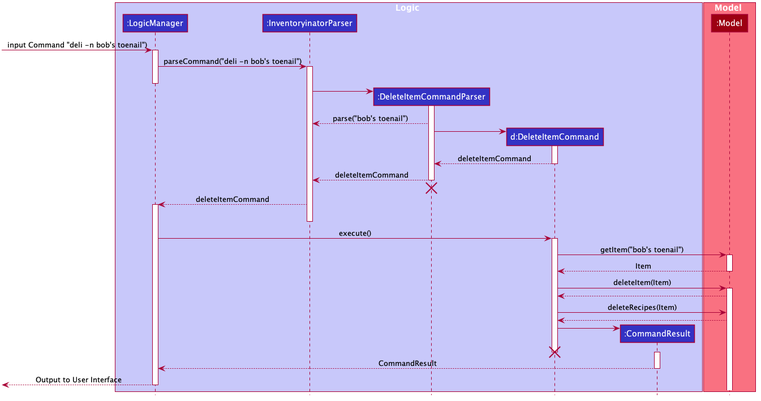
nus-cs2103-AY2021S1/tp keeps this PlantUML diagram as docs/images/commandseqdiagrams/DeleteItemSequenceDiagram.png. Above is the earlier version.
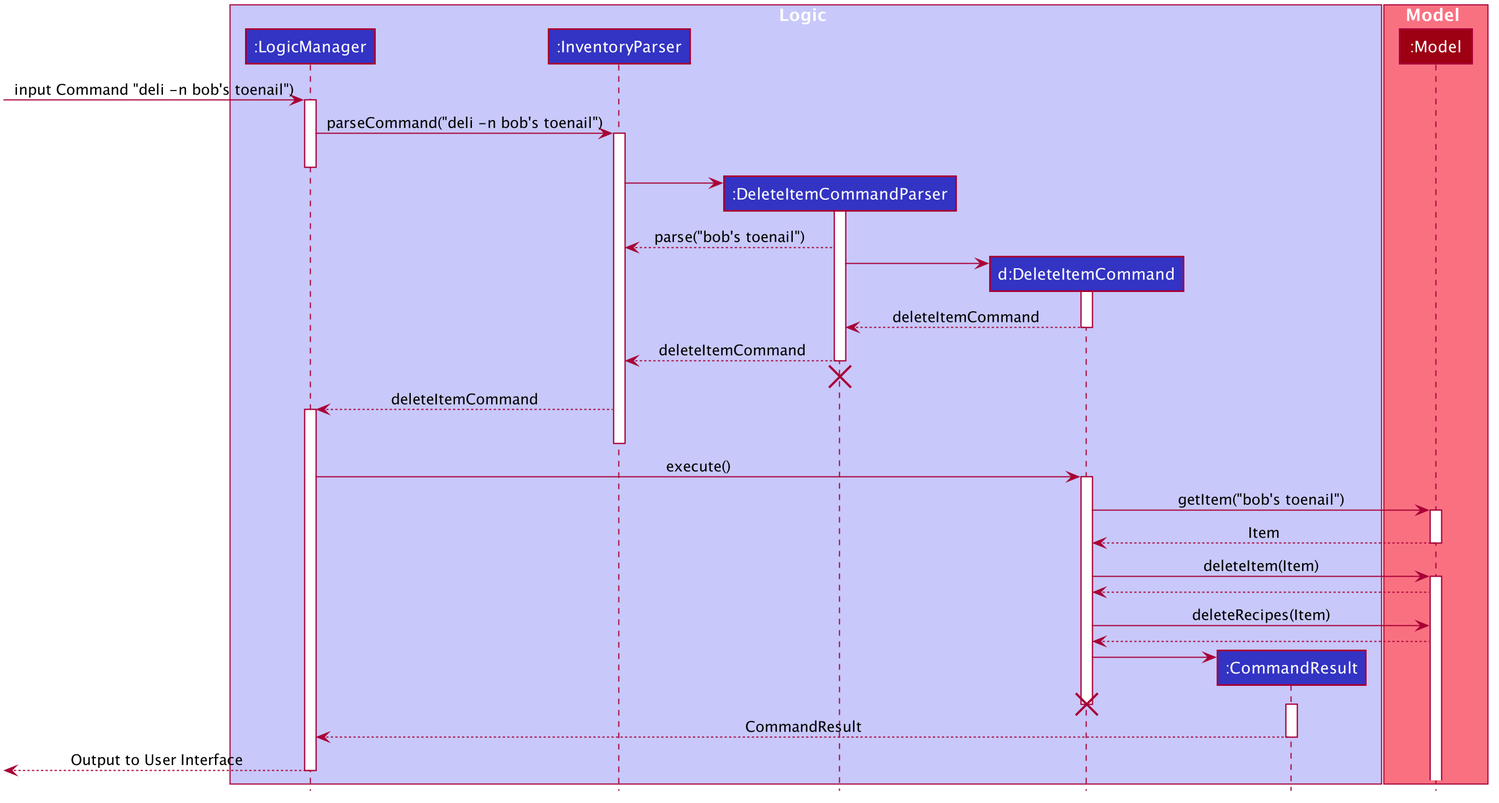
After the change.

Commit message:
amend issues in sequence diagram

The edit, as a diff of the source:
```diff
@@ -50,7 +50,7 @@
 
 box Logic #C8C8FA
 participant ":LogicManager" as LogicManager #3333C4
-participant ":InventoryinatorParser" as InventoryinatorParser #3333C4
+participant ":InventoryParser" as InventoryParser #3333C4
 participant ":DeleteItemCommandParser" as DeleteCommandParser #3333C4
 participant "d:DeleteItemCommand" as DeleteCommand #3333C4
 participant ":CommandResult" as CommandResult #3333C4
@@ -63,15 +63,15 @@
 [-> LogicManager : input Command "deli -n bob's toenail")
 activate LogicManager
 
-LogicManager -> InventoryinatorParser : parseCommand("deli -n bob's toenail")
-activate InventoryinatorParser
+LogicManager -> InventoryParser : parseCommand("deli -n bob's toenail")
+activate InventoryParser
 deactivate LogicManager
 
 create DeleteCommandParser
-InventoryinatorParser -> DeleteCommandParser
+InventoryParser -> DeleteCommandParser
 activate DeleteCommandParser
 
-DeleteCommandParser --> InventoryinatorParser : parse("bob's toenail")
+DeleteCommandParser --> InventoryParser : parse("bob's toenail")
 
 create DeleteCommand
 DeleteCommandParser -> DeleteCommand
@@ -80,14 +80,14 @@
 DeleteCommand --> DeleteCommandParser : deleteItemCommand
 deactivate DeleteCommand
 
-DeleteCommandParser --> InventoryinatorParser : deleteItemCommand
+DeleteCommandParser --> InventoryParser : deleteItemCommand
 deactivate DeleteCommandParser
-DeleteCommandParser -[hidden]-> InventoryinatorParser
+DeleteCommandParser -[hidden]-> InventoryParser
 destroy DeleteCommandParser
 
-InventoryinatorParser --> LogicManager : deleteItemCommand
+InventoryParser --> LogicManager : deleteItemCommand
 activate LogicManager
-deactivate InventoryinatorParser
+deactivate InventoryParser
 
 LogicManager -> DeleteCommand : execute()
 activate DeleteCommand
```
